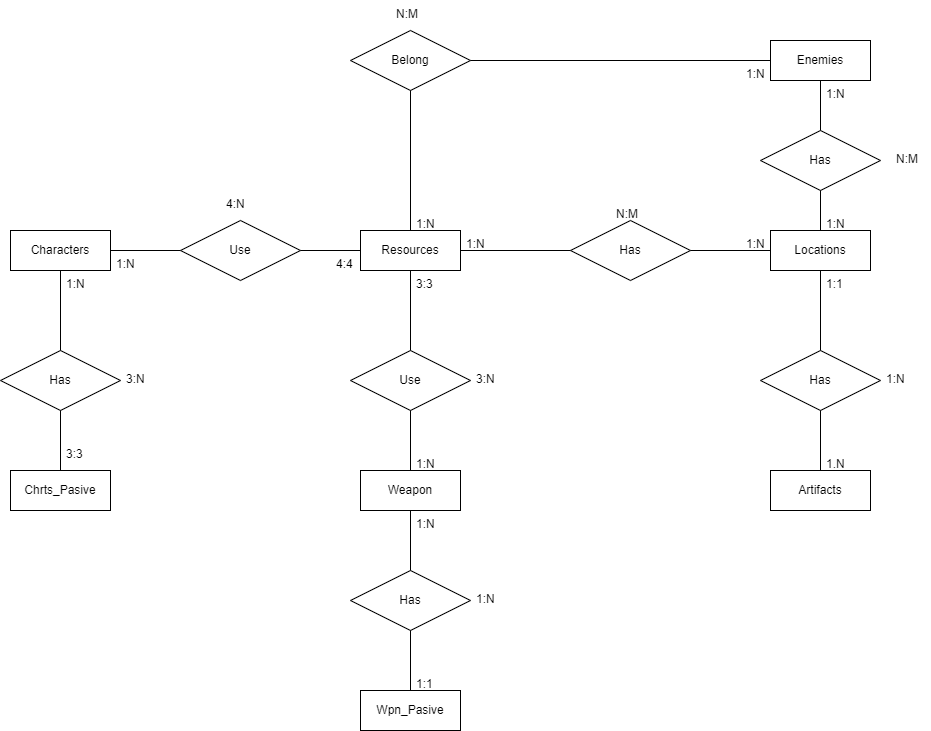
This is Imgs/Diagram Entity-Relation.png from TomNARiz/proyecto-ets-daw, a draw.io export, as it was before one commit. Source tidied: cells renumbered, new cells last; positions are measured from the earlier drawing's top-left corner, leaving out a move shared by most shapes.
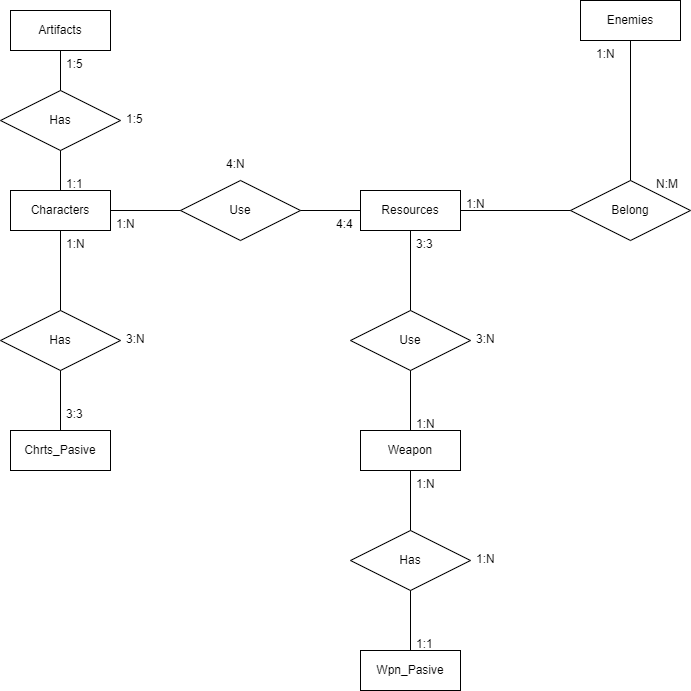
The same diagram one commit later.

The edit, as a diff of the source:
```diff
@@ -12,29 +12,20 @@
       <mxGeometry x="10" y="230" width="100" height="40" as="geometry" />
     </mxCell>
     <mxCell id="5" value="Artifacts" style="whiteSpace=wrap;html=1;align=center;" parent="1" vertex="1">
-      <mxGeometry x="770" y="470" width="100" height="40" as="geometry" />
+      <mxGeometry x="10" y="50" width="100" height="40" as="geometry" />
     </mxCell>
-    <mxCell id="6" value="Locations" style="whiteSpace=wrap;html=1;align=center;" parent="1" vertex="1">
-      <mxGeometry x="770" y="230" width="100" height="40" as="geometry" />
-    </mxCell>
     <mxCell id="7" value="Enemies" style="whiteSpace=wrap;html=1;align=center;" parent="1" vertex="1">
-      <mxGeometry x="770" y="40" width="100" height="40" as="geometry" />
+      <mxGeometry x="580" y="40" width="100" height="40" as="geometry" />
     </mxCell>
     <mxCell id="8" value="Chrts_Pasive" style="whiteSpace=wrap;html=1;align=center;" parent="1" vertex="1">
       <mxGeometry x="10" y="470" width="100" height="40" as="geometry" />
     </mxCell>
     <mxCell id="9" value="Belong" style="shape=rhombus;perimeter=rhombusPerimeter;whiteSpace=wrap;html=1;align=center;" parent="1" vertex="1">
-      <mxGeometry x="350" y="30" width="120" height="60" as="geometry" />
+      <mxGeometry x="570" y="220" width="120" height="60" as="geometry" />
     </mxCell>
-    <mxCell id="10" value="Has" style="shape=rhombus;perimeter=rhombusPerimeter;whiteSpace=wrap;html=1;align=center;" parent="1" vertex="1">
-      <mxGeometry x="760" y="130" width="120" height="60" as="geometry" />
-    </mxCell>
     <mxCell id="11" value="Has" style="shape=rhombus;perimeter=rhombusPerimeter;whiteSpace=wrap;html=1;align=center;" parent="1" vertex="1">
-      <mxGeometry x="760" y="350" width="120" height="60" as="geometry" />
+      <mxGeometry y="130" width="120" height="60" as="geometry" />
     </mxCell>
-    <mxCell id="12" value="Has" style="shape=rhombus;perimeter=rhombusPerimeter;whiteSpace=wrap;html=1;align=center;" parent="1" vertex="1">
-      <mxGeometry x="570" y="220" width="120" height="60" as="geometry" />
-    </mxCell>
     <mxCell id="13" value="Use" style="shape=rhombus;perimeter=rhombusPerimeter;whiteSpace=wrap;html=1;align=center;" parent="1" vertex="1">
       <mxGeometry x="180" y="220" width="120" height="60" as="geometry" />
     </mxCell>
@@ -44,7 +35,7 @@
     <mxCell id="15" value="Has" style="shape=rhombus;perimeter=rhombusPerimeter;whiteSpace=wrap;html=1;align=center;" parent="1" vertex="1">
       <mxGeometry y="350" width="120" height="60" as="geometry" />
     </mxCell>
-    <mxCell id="16" style="endArrow=none;html=1;rounded=0;entryX=0.5;entryY=1;entryDx=0;entryDy=0;exitX=0.5;exitY=0;exitDx=0;exitDy=0;" parent="1" edge="1" source="11" target="6">
+    <mxCell id="16" style="endArrow=none;html=1;rounded=0;entryX=0.5;entryY=0;entryDx=0;entryDy=0;exitX=0.5;exitY=1;exitDx=0;exitDy=0;" parent="1" edge="1" source="11" target="4">
       <mxGeometry relative="1" as="geometry" />
     </mxCell>
     <mxCell id="17" style="endArrow=none;html=1;rounded=0;entryX=0.5;entryY=1;entryDx=0;entryDy=0;exitX=0.5;exitY=0;exitDx=0;exitDy=0;" parent="1" edge="1" source="14" target="3">
@@ -59,7 +50,7 @@
     <mxCell id="20" style="endArrow=none;html=1;rounded=0;entryX=0.5;entryY=1;entryDx=0;entryDy=0;exitX=0.5;exitY=0;exitDx=0;exitDy=0;" parent="1" edge="1" source="8" target="15">
       <mxGeometry relative="1" as="geometry" />
     </mxCell>
-    <mxCell id="21" style="endArrow=none;html=1;rounded=0;entryX=0.5;entryY=1;entryDx=0;entryDy=0;exitX=0.5;exitY=0;exitDx=0;exitDy=0;" parent="1" edge="1" source="5" target="11">
+    <mxCell id="21" style="endArrow=none;html=1;rounded=0;entryX=0.5;entryY=1;entryDx=0;entryDy=0;exitX=0.5;exitY=0;exitDx=0;exitDy=0;" parent="1" edge="1" source="11" target="5">
       <mxGeometry relative="1" as="geometry" />
     </mxCell>
     <mxCell id="22" style="endArrow=none;html=1;rounded=0;entryX=1;entryY=0.5;entryDx=0;entryDy=0;exitX=0;exitY=0.5;exitDx=0;exitDy=0;" parent="1" edge="1" source="13" target="4">
@@ -68,22 +59,10 @@
     <mxCell id="23" style="endArrow=none;html=1;rounded=0;entryX=1;entryY=0.5;entryDx=0;entryDy=0;exitX=0;exitY=0.5;exitDx=0;exitDy=0;" parent="1" edge="1" source="3" target="13">
       <mxGeometry relative="1" as="geometry" />
     </mxCell>
-    <mxCell id="24" style="endArrow=none;html=1;rounded=0;entryX=1;entryY=0.5;entryDx=0;entryDy=0;exitX=0;exitY=0.5;exitDx=0;exitDy=0;" parent="1" edge="1" source="12" target="3">
-      <mxGeometry relative="1" as="geometry" />
-    </mxCell>
-    <mxCell id="25" style="endArrow=none;html=1;rounded=0;entryX=1;entryY=0.5;entryDx=0;entryDy=0;exitX=0;exitY=0.5;exitDx=0;exitDy=0;" parent="1" edge="1" source="6" target="12">
-      <mxGeometry relative="1" as="geometry" />
-    </mxCell>
-    <mxCell id="26" style="endArrow=none;html=1;rounded=0;entryX=0.5;entryY=1;entryDx=0;entryDy=0;exitX=0.5;exitY=0;exitDx=0;exitDy=0;" parent="1" edge="1" source="10" target="7">
-      <mxGeometry relative="1" as="geometry" />
-    </mxCell>
-    <mxCell id="27" style="endArrow=none;html=1;rounded=0;entryX=0.5;entryY=1;entryDx=0;entryDy=0;exitX=0.5;exitY=0;exitDx=0;exitDy=0;" parent="1" edge="1" source="6" target="10">
-      <mxGeometry relative="1" as="geometry" />
-    </mxCell>
-    <mxCell id="28" style="endArrow=none;html=1;rounded=0;entryX=0.5;entryY=1;entryDx=0;entryDy=0;exitX=0.5;exitY=0;exitDx=0;exitDy=0;" parent="1" edge="1" source="3" target="9">
+    <mxCell id="28" style="endArrow=none;html=1;rounded=0;entryX=0;entryY=0.5;entryDx=0;entryDy=0;exitX=1;exitY=0.5;exitDx=0;exitDy=0;" parent="1" edge="1" source="3" target="9">
       <mxGeometry relative="1" as="geometry" />
     </mxCell>
-    <mxCell id="29" style="endArrow=none;html=1;rounded=0;entryX=1;entryY=0.5;entryDx=0;entryDy=0;exitX=0;exitY=0.5;exitDx=0;exitDy=0;" parent="1" edge="1" source="7" target="9">
+    <mxCell id="29" style="endArrow=none;html=1;rounded=0;entryX=0.5;entryY=0;entryDx=0;entryDy=0;exitX=0.5;exitY=1;exitDx=0;exitDy=0;" parent="1" edge="1" source="7" target="9">
       <mxGeometry relative="1" as="geometry" />
     </mxCell>
     <mxCell id="30" value="Wpn_Pasive" style="whiteSpace=wrap;html=1;align=center;" parent="1" vertex="1">
@@ -99,7 +78,7 @@
       <mxGeometry relative="1" as="geometry" />
     </mxCell>
     <mxCell id="34" value="1:N" style="text;strokeColor=none;fillColor=none;spacingLeft=4;spacingRight=4;overflow=hidden;fontSize=12;" parent="1" vertex="1">
-      <mxGeometry x="410" y="210" width="40" height="30" as="geometry" />
+      <mxGeometry x="460" y="230" width="40" height="30" as="geometry" />
     </mxCell>
     <mxCell id="35" value="1:N" style="text;strokeColor=none;fillColor=none;spacingLeft=4;spacingRight=4;overflow=hidden;fontSize=12;" parent="1" vertex="1">
       <mxGeometry x="410" y="510" width="40" height="30" as="geometry" />
@@ -126,35 +105,11 @@
       <mxGeometry x="410" y="670" width="40" height="30" as="geometry" />
     </mxCell>
     <mxCell id="43" value="1:N" style="text;strokeColor=none;fillColor=none;spacingLeft=4;spacingRight=4;overflow=hidden;fontSize=12;" parent="1" vertex="1">
-      <mxGeometry x="740" y="60" width="40" height="30" as="geometry" />
+      <mxGeometry x="590" y="80" width="40" height="30" as="geometry" />
     </mxCell>
-    <mxCell id="44" value="1:N" style="text;strokeColor=none;fillColor=none;spacingLeft=4;spacingRight=4;overflow=hidden;fontSize=12;" parent="1" vertex="1">
-      <mxGeometry x="460" y="230" width="40" height="30" as="geometry" />
-    </mxCell>
-    <mxCell id="45" value="1:N" style="text;strokeColor=none;fillColor=none;spacingLeft=4;spacingRight=4;overflow=hidden;fontSize=12;" parent="1" vertex="1">
-      <mxGeometry x="740" y="230" width="40" height="30" as="geometry" />
-    </mxCell>
-    <mxCell id="46" value="1:N" style="text;strokeColor=none;fillColor=none;spacingLeft=4;spacingRight=4;overflow=hidden;fontSize=12;" parent="1" vertex="1">
-      <mxGeometry x="820" y="210" width="40" height="30" as="geometry" />
-    </mxCell>
-    <mxCell id="47" value="1:N" style="text;strokeColor=none;fillColor=none;spacingLeft=4;spacingRight=4;overflow=hidden;fontSize=12;" parent="1" vertex="1">
-      <mxGeometry x="820" y="80" width="40" height="30" as="geometry" />
-    </mxCell>
-    <mxCell id="48" value="1:1" style="text;strokeColor=none;fillColor=none;spacingLeft=4;spacingRight=4;overflow=hidden;fontSize=12;" parent="1" vertex="1">
-      <mxGeometry x="820" y="270" width="40" height="30" as="geometry" />
-    </mxCell>
-    <mxCell id="49" value="1.N" style="text;strokeColor=none;fillColor=none;spacingLeft=4;spacingRight=4;overflow=hidden;fontSize=12;" parent="1" vertex="1">
-      <mxGeometry x="820" y="450" width="40" height="30" as="geometry" />
-    </mxCell>
     <mxCell id="50" value="3:N" style="text;strokeColor=none;fillColor=none;spacingLeft=4;spacingRight=4;overflow=hidden;fontSize=12;" parent="1" vertex="1">
       <mxGeometry x="470" y="365" width="40" height="30" as="geometry" />
     </mxCell>
-    <mxCell id="51" value="1:N" style="text;strokeColor=none;fillColor=none;spacingLeft=4;spacingRight=4;overflow=hidden;fontSize=12;" parent="1" vertex="1">
-      <mxGeometry x="880" y="365" width="40" height="30" as="geometry" />
-    </mxCell>
-    <mxCell id="52" value="N:M" style="text;strokeColor=none;fillColor=none;spacingLeft=4;spacingRight=4;overflow=hidden;fontSize=12;" parent="1" vertex="1">
-      <mxGeometry x="610" y="200" width="40" height="30" as="geometry" />
-    </mxCell>
     <mxCell id="53" value="4:N" style="text;strokeColor=none;fillColor=none;spacingLeft=4;spacingRight=4;overflow=hidden;fontSize=12;" parent="1" vertex="1">
       <mxGeometry x="220" y="190" width="40" height="30" as="geometry" />
     </mxCell>
@@ -162,13 +117,19 @@
       <mxGeometry x="120" y="365" width="40" height="30" as="geometry" />
     </mxCell>
     <mxCell id="55" value="N:M" style="text;strokeColor=none;fillColor=none;spacingLeft=4;spacingRight=4;overflow=hidden;fontSize=12;" parent="1" vertex="1">
-      <mxGeometry x="390" width="40" height="30" as="geometry" />
+      <mxGeometry x="650" y="210" width="40" height="30" as="geometry" />
     </mxCell>
-    <mxCell id="56" value="N:M" style="text;strokeColor=none;fillColor=none;spacingLeft=4;spacingRight=4;overflow=hidden;fontSize=12;" parent="1" vertex="1">
-      <mxGeometry x="890" y="145" width="40" height="30" as="geometry" />
-    </mxCell>
     <mxCell id="57" value="1:N" style="text;strokeColor=none;fillColor=none;spacingLeft=4;spacingRight=4;overflow=hidden;fontSize=12;" parent="1" vertex="1">
       <mxGeometry x="470" y="585" width="40" height="30" as="geometry" />
     </mxCell>
+    <mxCell id="58" value="1:5" style="text;strokeColor=none;fillColor=none;spacingLeft=4;spacingRight=4;overflow=hidden;fontSize=12;" parent="1" vertex="1">
+      <mxGeometry x="60" y="90" width="40" height="30" as="geometry" />
+    </mxCell>
+    <mxCell id="48" value="1:1" style="text;strokeColor=none;fillColor=none;spacingLeft=4;spacingRight=4;overflow=hidden;fontSize=12;" parent="1" vertex="1">
+      <mxGeometry x="60" y="210" width="40" height="30" as="geometry" />
+    </mxCell>
+    <mxCell id="59" value="1:5" style="text;strokeColor=none;fillColor=none;spacingLeft=4;spacingRight=4;overflow=hidden;fontSize=12;" parent="1" vertex="1">
+      <mxGeometry x="120" y="145" width="40" height="30" as="geometry" />
+    </mxCell>
   </root>
 </mxGraphModel>
```
